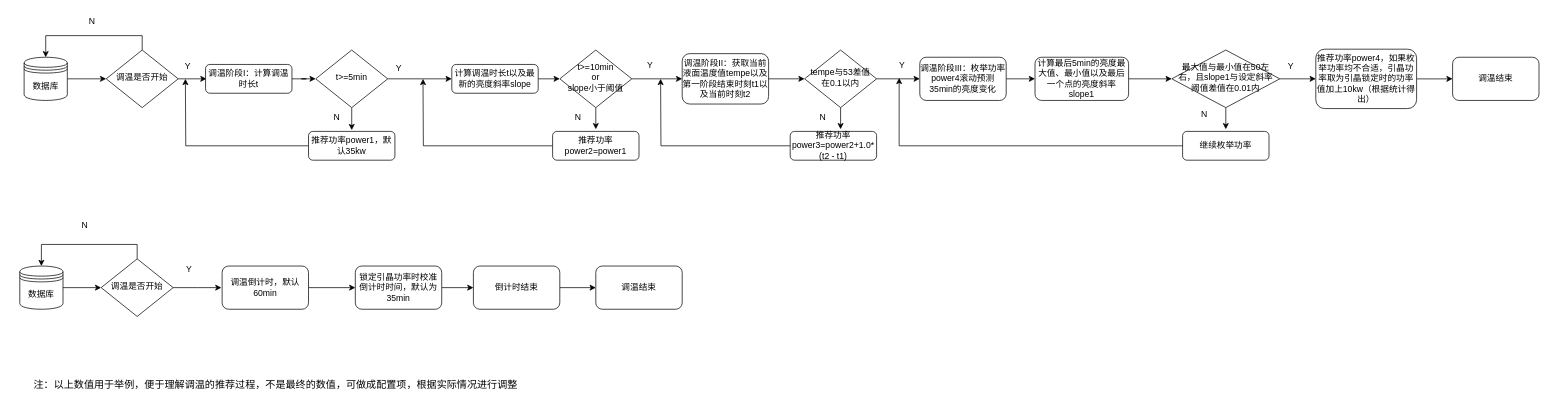
ykchasingwind/2019iFLYTEK_MachineryLife_Baseline keeps this draw.io diagram as 调温阶段功率推荐.drawio. Above is the earlier version. Source tidied: cells renumbered, new cells numbered last; positions are measured from the earlier drawing's top-left corner, leaving out a move shared by most shapes. Both pictures are drawn from the tidied source at 72%, with x=0, y=0 at pixel (19, 12).
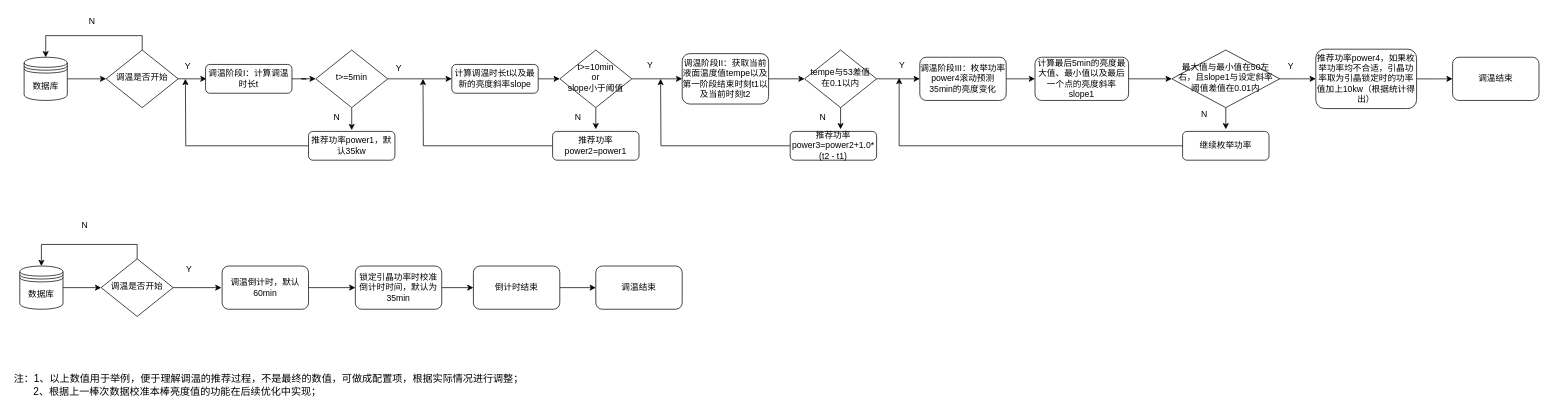
After the change.

Commit message (it also covers changes not shown here):
更新调温阶段功率推荐.drawio

Change to the diagram source:
```diff
@@
-    <mxCell id="64" value="&lt;font style=&quot;font-size: 14px;&quot;&gt;注：以上数值用于举例，便于理解调温的推荐过程，不是最终的数值，可做成配置项，根据实际情况进行调整&lt;/font&gt;" style="text;html=1;align=center;verticalAlign=middle;strokeColor=none;fillColor=none;" parent="1" vertex="1">
-      <mxGeometry x="5" y="502" width="700" height="30" as="geometry" />
-    </mxCell>
+    <mxCell id="65" value="&lt;font style=&quot;font-size: 14px;&quot;&gt;注：1、以上数值用于举例，便于理解调温的推荐过程，不是最终的数值，可做成配置项，根据实际情况进行调整；&lt;br&gt;&amp;nbsp; &amp;nbsp; &amp;nbsp; &amp;nbsp;2、根据上一棒次数据校准本棒亮度值的功能在后续优化中实现；&lt;br&gt;&lt;/font&gt;" style="text;html=1;align=left;verticalAlign=middle;strokeColor=none;fillColor=none;" parent="1" vertex="1">
+      <mxGeometry x="-10" y="492" width="730" height="50" as="geometry" />
+    </mxCell>
```
